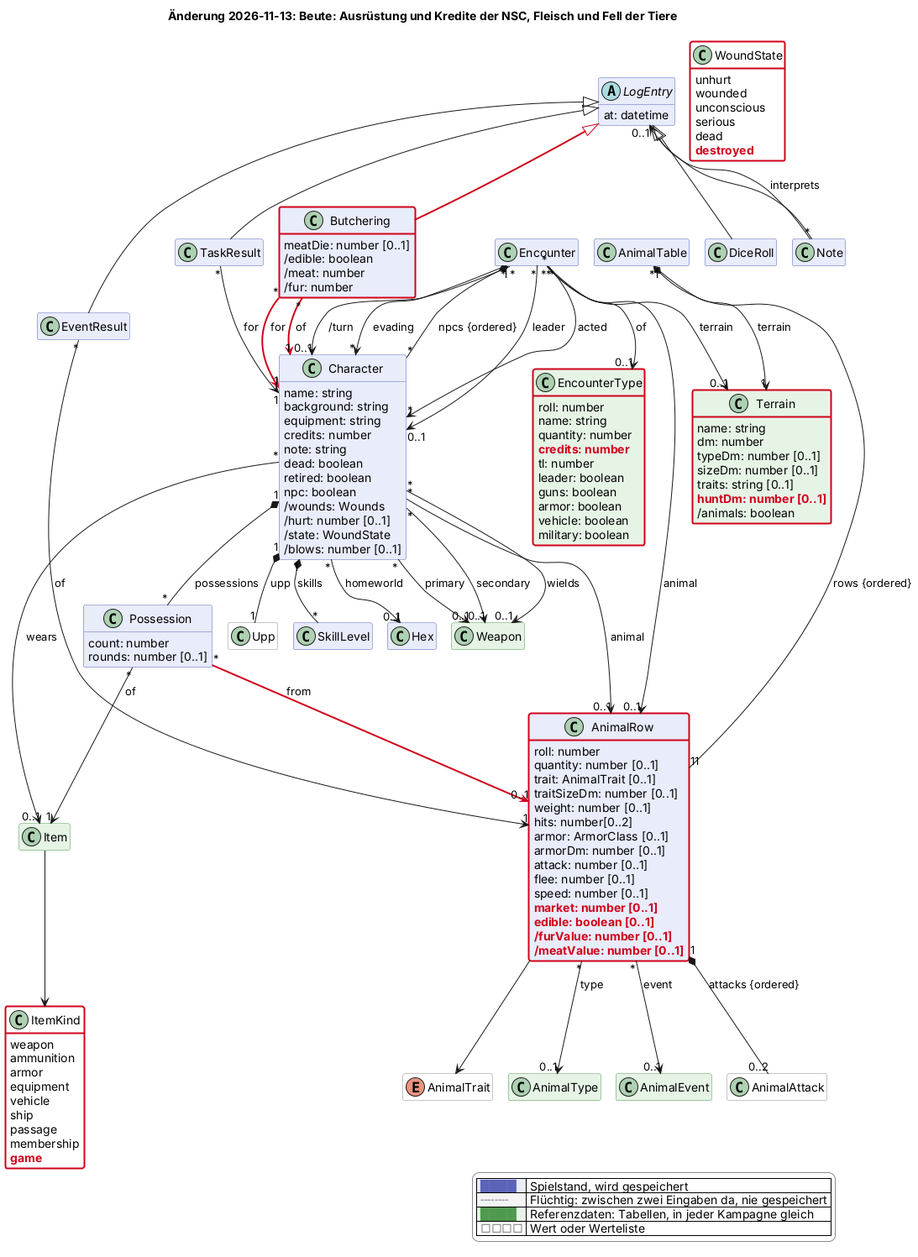
scuzzar/SRE keeps this PlantUML diagram as docs/changes/2026-11-13-beute.png. Above is the earlier version.
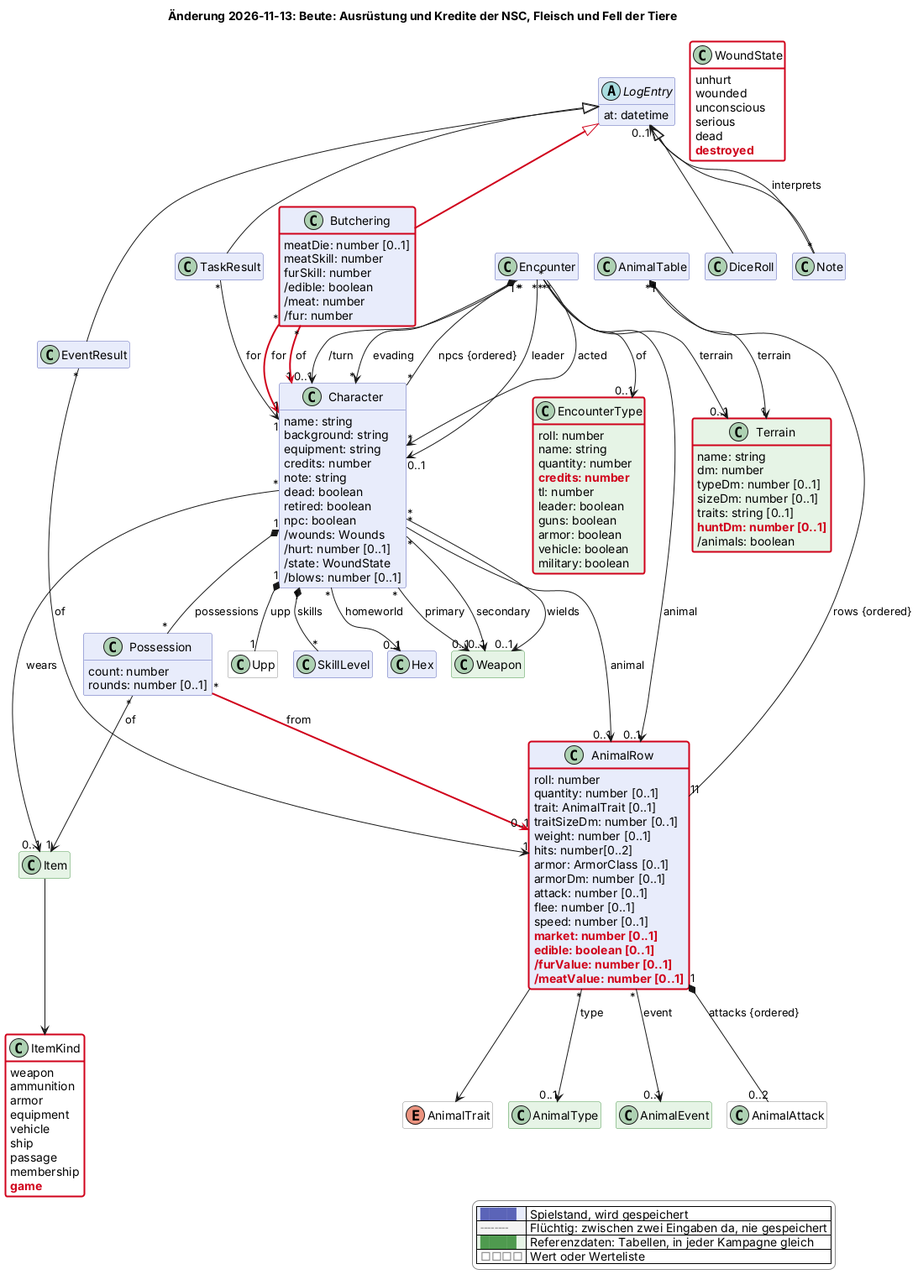
Later version of the same file.

Commit message:
Modell: Entwurf Beute, Fertigkeiten beim Ausweiden

Change to the diagram source:
```diff
@@ -98,6 +98,8 @@
   class Note $probe
   class Butchering $begegnung $newClass("2026-11-13") {
     meatDie: number [0..1]
+    meatSkill: number
+    furSkill: number
     /edible: boolean
     /meat: number
     /fur: number
```
